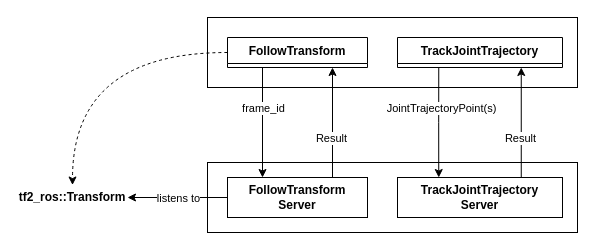
Before: page "FollowTransform Client" (2 of 4) of doc/ClassDiagrams.drawio in Woolfrey/client_serial_link, a draw.io diagram. Source tidied: cells renumbered, new cells numbered last; positions are measured from the earlier drawing's top-left corner, leaving out a move shared by most shapes. Both pictures are drawn from the tidied source at 100%, with x=0, y=0 at pixel (17, 17).
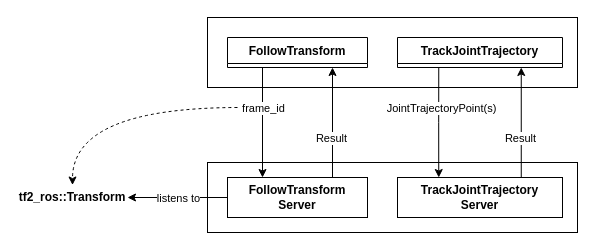
Above is the later version.

Unchanged cells that the change refers to:
```xml
<mxCell id="7" value="FollowTransform" style="swimlane;fontStyle=1;horizontal=1;startSize=26;" parent="1" vertex="1" collapsed="1">
  <mxGeometry x="210" y="20" width="140" height="30" as="geometry" />
</mxCell>
<mxCell id="19" value="tf2_ros::Transform" style="text;html=1;strokeColor=none;fillColor=none;align=center;verticalAlign=middle;whiteSpace=wrap;rounded=0;fontStyle=1;" parent="1" vertex="1">
  <mxGeometry y="167.5" width="110" height="25" as="geometry" />
</mxCell>
```

The edit, as a diff of the source:
```diff
@@
-    <mxCell id="6" style="edgeStyle=orthogonalEdgeStyle;rounded=0;jettySize=auto;html=1;curved=1;dashed=1;" parent="1" edge="1" source="7" target="19">
-      <mxGeometry relative="1" as="geometry" />
+    <mxCell id="6" style="edgeStyle=orthogonalEdgeStyle;rounded=0;jettySize=auto;html=1;curved=1;dashed=1;" parent="1" edge="1" target="19">
+      <mxGeometry relative="1" as="geometry">
+        <mxPoint x="220" y="90" as="sourcePoint" />
+      </mxGeometry>
     </mxCell>
```
